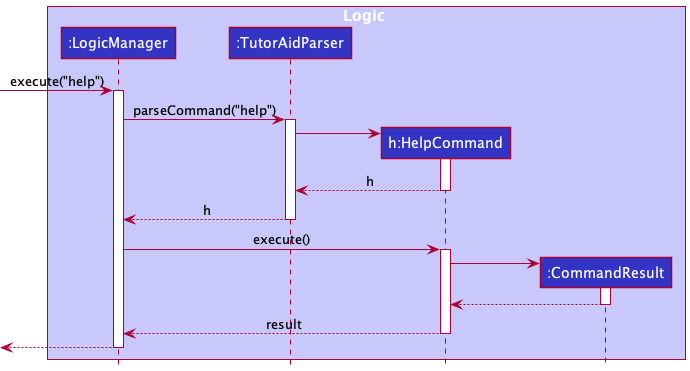
The PlantUML diagram docs/images/HelpSequenceDiagram.png in nus-cs2103-AY2122S1/tp, before a commit.
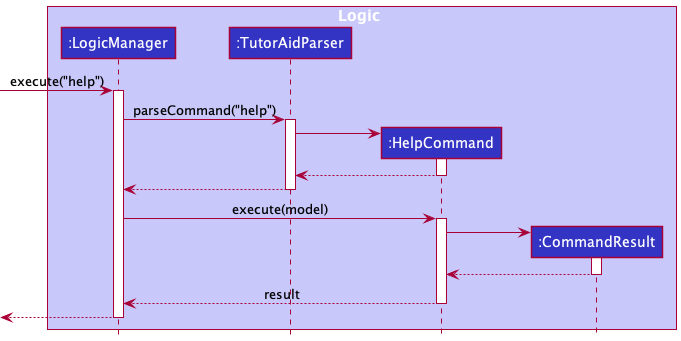
After the commit.

Change to the diagram source:
```diff
@@ -4,7 +4,7 @@
 box Logic LOGIC_COLOR_T1
 participant ":LogicManager" as LogicManager LOGIC_COLOR
 participant ":TutorAidParser" as TutorAidParser LOGIC_COLOR
-participant "h:HelpCommand" as HelpCommand LOGIC_COLOR
+participant ":HelpCommand" as HelpCommand LOGIC_COLOR
 participant ":CommandResult" as CommandResult LOGIC_COLOR
 end box
 
@@ -18,13 +18,13 @@
 TutorAidParser -> HelpCommand
 activate HelpCommand
 
-HelpCommand --> TutorAidParser: h
+HelpCommand --> TutorAidParser
 deactivate HelpCommand
 
-TutorAidParser --> LogicManager: h
+TutorAidParser --> LogicManager
 deactivate TutorAidParser
 
-LogicManager -> HelpCommand: execute()
+LogicManager -> HelpCommand: execute(model)
 activate HelpCommand
 
 create CommandResult
```
